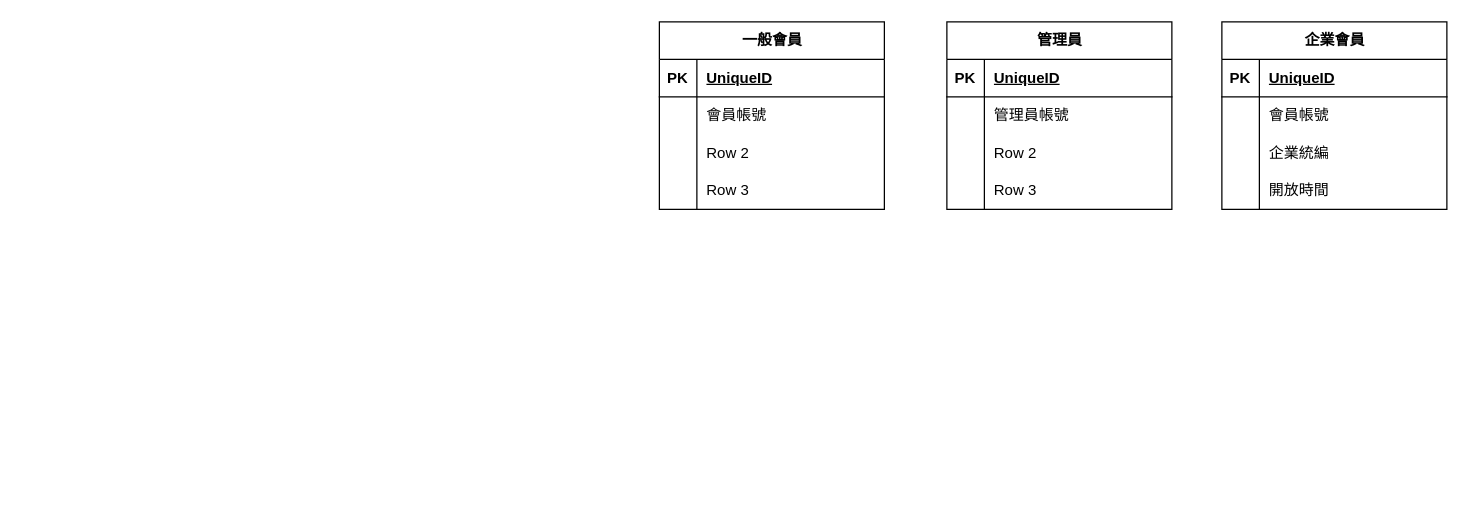
This is page "Back Stage" (4 of 4) of ERmodel_practice1017.drawio from marco79811/ER_model, a draw.io file, before an edit. Source tidied: cells renumbered, new cells numbered last; positions are measured from the earlier drawing's top-left corner, leaving out a move shared by most shapes. Both pictures are drawn from the tidied source at 125%, with x=0, y=0 at pixel (659, 21).
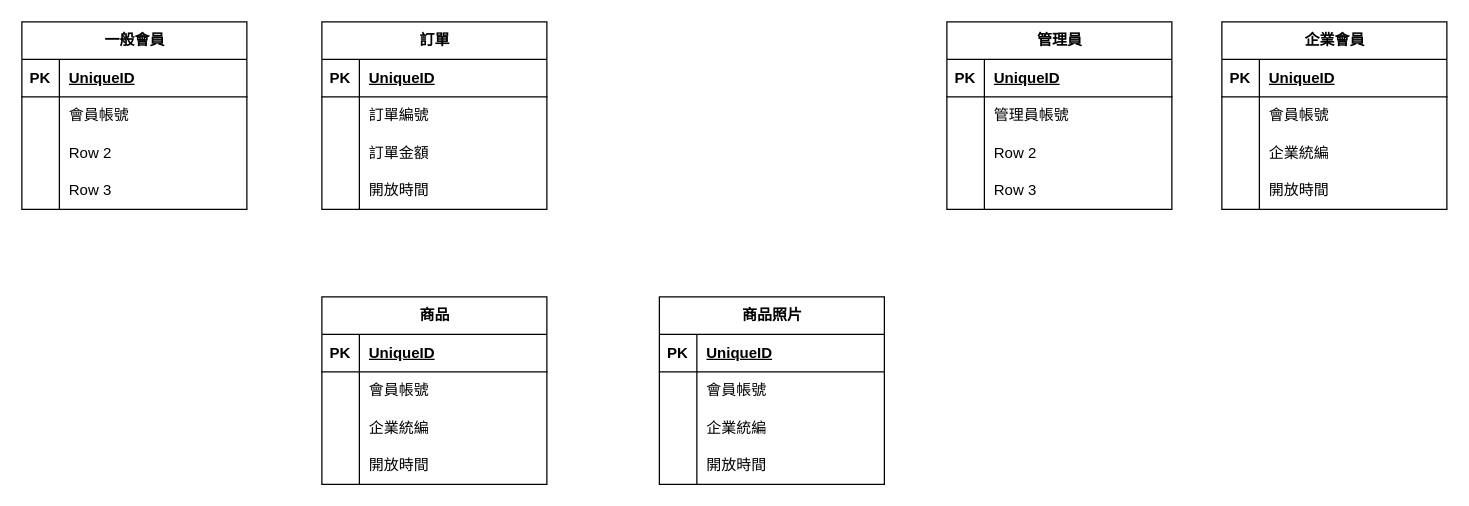
Above is the later version.

What changed in the source:
```diff
@@
     <mxCell id="15" value="一般會員" style="shape=table;startSize=30;childLayout=tableLayout;rowLines=0;fontStyle=1;align=center;html=1;" parent="1" vertex="1">
-      <mxGeometry width="180" height="150" as="geometry" />
+      <mxGeometry x="-510" width="180" height="150" as="geometry" />
     </mxCell>
@@
+    <mxCell id="41" value="訂單" style="shape=table;startSize=30;childLayout=tableLayout;rowLines=0;fontStyle=1;align=center;html=1;" parent="1" vertex="1">
+      <mxGeometry x="-270" width="180" height="150" as="geometry" />
+    </mxCell>
+    <mxCell id="42" style="shape=tableRow;horizontal=0;startSize=0;swimlaneHead=0;swimlaneBody=0;fillColor=none;top=0;left=0;right=0;bottom=1;" parent="41" vertex="1">
+      <mxGeometry y="30" width="180" height="30" as="geometry" />
+    </mxCell>
+    <mxCell id="43" value="PK" style="shape=partialRectangle;fillColor=none;top=0;left=0;bottom=0;right=0;fontStyle=1;overflow=hidden;whiteSpace=wrap;html=1;" parent="42" vertex="1">
+      <mxGeometry width="30" height="30" as="geometry" />
+    </mxCell>
+    <mxCell id="44" value="UniqueID" style="shape=partialRectangle;fillColor=none;top=0;left=0;bottom=0;right=0;align=left;spacingLeft=6;fontStyle=5;overflow=hidden;whiteSpace=wrap;html=1;" parent="42" vertex="1">
+      <mxGeometry x="30" width="150" height="30" as="geometry" />
+    </mxCell>
+    <mxCell id="45" style="shape=tableRow;horizontal=0;startSize=0;swimlaneHead=0;swimlaneBody=0;fillColor=none;top=0;left=0;right=0;bottom=0;" parent="41" vertex="1">
+      <mxGeometry y="60" width="180" height="30" as="geometry" />
+    </mxCell>
+    <mxCell id="46" style="shape=partialRectangle;fillColor=none;top=0;left=0;bottom=0;right=0;overflow=hidden;whiteSpace=wrap;html=1;" parent="45" vertex="1">
+      <mxGeometry width="30" height="30" as="geometry" />
+    </mxCell>
+    <mxCell id="47" value="訂單編號" style="shape=partialRectangle;fillColor=none;top=0;left=0;bottom=0;right=0;align=left;spacingLeft=6;overflow=hidden;whiteSpace=wrap;html=1;" parent="45" vertex="1">
+      <mxGeometry x="30" width="150" height="30" as="geometry" />
+    </mxCell>
+    <mxCell id="48" style="shape=tableRow;horizontal=0;startSize=0;swimlaneHead=0;swimlaneBody=0;fillColor=none;top=0;left=0;right=0;bottom=0;" parent="41" vertex="1">
+      <mxGeometry y="90" width="180" height="30" as="geometry" />
+    </mxCell>
+    <mxCell id="49" style="shape=partialRectangle;fillColor=none;top=0;left=0;bottom=0;right=0;overflow=hidden;whiteSpace=wrap;html=1;" parent="48" vertex="1">
+      <mxGeometry width="30" height="30" as="geometry" />
+    </mxCell>
+    <mxCell id="50" value="訂單金額" style="shape=partialRectangle;fillColor=none;top=0;left=0;bottom=0;right=0;align=left;spacingLeft=6;overflow=hidden;whiteSpace=wrap;html=1;" parent="48" vertex="1">
+      <mxGeometry x="30" width="150" height="30" as="geometry" />
+    </mxCell>
+    <mxCell id="51" style="shape=tableRow;horizontal=0;startSize=0;swimlaneHead=0;swimlaneBody=0;fillColor=none;top=0;left=0;right=0;bottom=0;" parent="41" vertex="1">
+      <mxGeometry y="120" width="180" height="30" as="geometry" />
+    </mxCell>
+    <mxCell id="52" style="shape=partialRectangle;fillColor=none;top=0;left=0;bottom=0;right=0;overflow=hidden;whiteSpace=wrap;html=1;" parent="51" vertex="1">
+      <mxGeometry width="30" height="30" as="geometry" />
+    </mxCell>
+    <mxCell id="53" value="開放時間" style="shape=partialRectangle;fillColor=none;top=0;left=0;bottom=0;right=0;align=left;spacingLeft=6;overflow=hidden;whiteSpace=wrap;html=1;" parent="51" vertex="1">
+      <mxGeometry x="30" width="150" height="30" as="geometry" />
+    </mxCell>
+    <mxCell id="54" value="&lt;div&gt;商品照片&lt;/div&gt;" style="shape=table;startSize=30;childLayout=tableLayout;rowLines=0;fontStyle=1;align=center;html=1;" parent="1" vertex="1">
+      <mxGeometry y="220" width="180" height="150" as="geometry" />
+    </mxCell>
+    <mxCell id="55" style="shape=tableRow;horizontal=0;startSize=0;swimlaneHead=0;swimlaneBody=0;fillColor=none;top=0;left=0;right=0;bottom=1;" parent="54" vertex="1">
+      <mxGeometry y="30" width="180" height="30" as="geometry" />
+    </mxCell>
+    <mxCell id="56" value="PK" style="shape=partialRectangle;fillColor=none;top=0;left=0;bottom=0;right=0;fontStyle=1;overflow=hidden;whiteSpace=wrap;html=1;" parent="55" vertex="1">
+      <mxGeometry width="30" height="30" as="geometry" />
+    </mxCell>
+    <mxCell id="57" value="UniqueID" style="shape=partialRectangle;fillColor=none;top=0;left=0;bottom=0;right=0;align=left;spacingLeft=6;fontStyle=5;overflow=hidden;whiteSpace=wrap;html=1;" parent="55" vertex="1">
+      <mxGeometry x="30" width="150" height="30" as="geometry" />
+    </mxCell>
+    <mxCell id="58" style="shape=tableRow;horizontal=0;startSize=0;swimlaneHead=0;swimlaneBody=0;fillColor=none;top=0;left=0;right=0;bottom=0;" parent="54" vertex="1">
+      <mxGeometry y="60" width="180" height="30" as="geometry" />
+    </mxCell>
+    <mxCell id="59" style="shape=partialRectangle;fillColor=none;top=0;left=0;bottom=0;right=0;overflow=hidden;whiteSpace=wrap;html=1;" parent="58" vertex="1">
+      <mxGeometry width="30" height="30" as="geometry" />
+    </mxCell>
+    <mxCell id="60" value="會員帳號" style="shape=partialRectangle;fillColor=none;top=0;left=0;bottom=0;right=0;align=left;spacingLeft=6;overflow=hidden;whiteSpace=wrap;html=1;" parent="58" vertex="1">
+      <mxGeometry x="30" width="150" height="30" as="geometry" />
+    </mxCell>
+    <mxCell id="61" style="shape=tableRow;horizontal=0;startSize=0;swimlaneHead=0;swimlaneBody=0;fillColor=none;top=0;left=0;right=0;bottom=0;" parent="54" vertex="1">
+      <mxGeometry y="90" width="180" height="30" as="geometry" />
+    </mxCell>
+    <mxCell id="62" style="shape=partialRectangle;fillColor=none;top=0;left=0;bottom=0;right=0;overflow=hidden;whiteSpace=wrap;html=1;" parent="61" vertex="1">
+      <mxGeometry width="30" height="30" as="geometry" />
+    </mxCell>
+    <mxCell id="63" value="企業統編" style="shape=partialRectangle;fillColor=none;top=0;left=0;bottom=0;right=0;align=left;spacingLeft=6;overflow=hidden;whiteSpace=wrap;html=1;" parent="61" vertex="1">
+      <mxGeometry x="30" width="150" height="30" as="geometry" />
+    </mxCell>
+    <mxCell id="64" style="shape=tableRow;horizontal=0;startSize=0;swimlaneHead=0;swimlaneBody=0;fillColor=none;top=0;left=0;right=0;bottom=0;" parent="54" vertex="1">
+      <mxGeometry y="120" width="180" height="30" as="geometry" />
+    </mxCell>
+    <mxCell id="65" style="shape=partialRectangle;fillColor=none;top=0;left=0;bottom=0;right=0;overflow=hidden;whiteSpace=wrap;html=1;" parent="64" vertex="1">
+      <mxGeometry width="30" height="30" as="geometry" />
+    </mxCell>
+    <mxCell id="66" value="開放時間" style="shape=partialRectangle;fillColor=none;top=0;left=0;bottom=0;right=0;align=left;spacingLeft=6;overflow=hidden;whiteSpace=wrap;html=1;" parent="64" vertex="1">
+      <mxGeometry x="30" width="150" height="30" as="geometry" />
+    </mxCell>
+    <mxCell id="67" value="&lt;div&gt;商品&lt;/div&gt;" style="shape=table;startSize=30;childLayout=tableLayout;rowLines=0;fontStyle=1;align=center;html=1;" parent="1" vertex="1">
+      <mxGeometry x="-270" y="220" width="180" height="150" as="geometry" />
+    </mxCell>
+    <mxCell id="68" style="shape=tableRow;horizontal=0;startSize=0;swimlaneHead=0;swimlaneBody=0;fillColor=none;top=0;left=0;right=0;bottom=1;" parent="67" vertex="1">
+      <mxGeometry y="30" width="180" height="30" as="geometry" />
+    </mxCell>
+    <mxCell id="69" value="PK" style="shape=partialRectangle;fillColor=none;top=0;left=0;bottom=0;right=0;fontStyle=1;overflow=hidden;whiteSpace=wrap;html=1;" parent="68" vertex="1">
+      <mxGeometry width="30" height="30" as="geometry" />
+    </mxCell>
+    <mxCell id="70" value="UniqueID" style="shape=partialRectangle;fillColor=none;top=0;left=0;bottom=0;right=0;align=left;spacingLeft=6;fontStyle=5;overflow=hidden;whiteSpace=wrap;html=1;" parent="68" vertex="1">
+      <mxGeometry x="30" width="150" height="30" as="geometry" />
+    </mxCell>
+    <mxCell id="71" style="shape=tableRow;horizontal=0;startSize=0;swimlaneHead=0;swimlaneBody=0;fillColor=none;top=0;left=0;right=0;bottom=0;" parent="67" vertex="1">
+      <mxGeometry y="60" width="180" height="30" as="geometry" />
+    </mxCell>
+    <mxCell id="72" style="shape=partialRectangle;fillColor=none;top=0;left=0;bottom=0;right=0;overflow=hidden;whiteSpace=wrap;html=1;" parent="71" vertex="1">
+      <mxGeometry width="30" height="30" as="geometry" />
+    </mxCell>
+    <mxCell id="73" value="會員帳號" style="shape=partialRectangle;fillColor=none;top=0;left=0;bottom=0;right=0;align=left;spacingLeft=6;overflow=hidden;whiteSpace=wrap;html=1;" parent="71" vertex="1">
+      <mxGeometry x="30" width="150" height="30" as="geometry" />
+    </mxCell>
+    <mxCell id="74" style="shape=tableRow;horizontal=0;startSize=0;swimlaneHead=0;swimlaneBody=0;fillColor=none;top=0;left=0;right=0;bottom=0;" parent="67" vertex="1">
+      <mxGeometry y="90" width="180" height="30" as="geometry" />
+    </mxCell>
+    <mxCell id="75" style="shape=partialRectangle;fillColor=none;top=0;left=0;bottom=0;right=0;overflow=hidden;whiteSpace=wrap;html=1;" parent="74" vertex="1">
+      <mxGeometry width="30" height="30" as="geometry" />
+    </mxCell>
+    <mxCell id="76" value="企業統編" style="shape=partialRectangle;fillColor=none;top=0;left=0;bottom=0;right=0;align=left;spacingLeft=6;overflow=hidden;whiteSpace=wrap;html=1;" parent="74" vertex="1">
+      <mxGeometry x="30" width="150" height="30" as="geometry" />
+    </mxCell>
+    <mxCell id="77" style="shape=tableRow;horizontal=0;startSize=0;swimlaneHead=0;swimlaneBody=0;fillColor=none;top=0;left=0;right=0;bottom=0;" parent="67" vertex="1">
+      <mxGeometry y="120" width="180" height="30" as="geometry" />
+    </mxCell>
+    <mxCell id="78" style="shape=partialRectangle;fillColor=none;top=0;left=0;bottom=0;right=0;overflow=hidden;whiteSpace=wrap;html=1;" parent="77" vertex="1">
+      <mxGeometry width="30" height="30" as="geometry" />
+    </mxCell>
+    <mxCell id="79" value="開放時間" style="shape=partialRectangle;fillColor=none;top=0;left=0;bottom=0;right=0;align=left;spacingLeft=6;overflow=hidden;whiteSpace=wrap;html=1;" parent="77" vertex="1">
+      <mxGeometry x="30" width="150" height="30" as="geometry" />
+    </mxCell>
```
